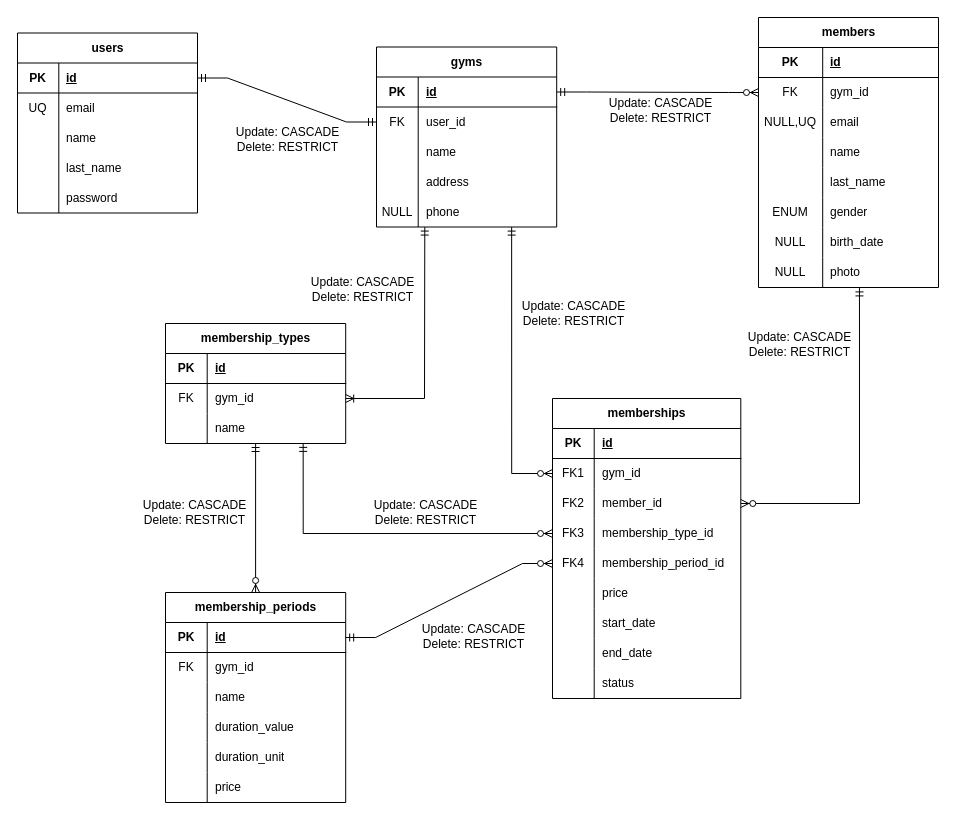
Before: docs/logical-design.drawio in hdz-kevin/TecnoGym, a draw.io diagram. Source tidied: cells renumbered, new cells numbered last; positions are measured from the earlier drawing's top-left corner, leaving out a move shared by most shapes. Both pictures are drawn from the tidied source at 100%, with x=0, y=0 at pixel (17, 17).
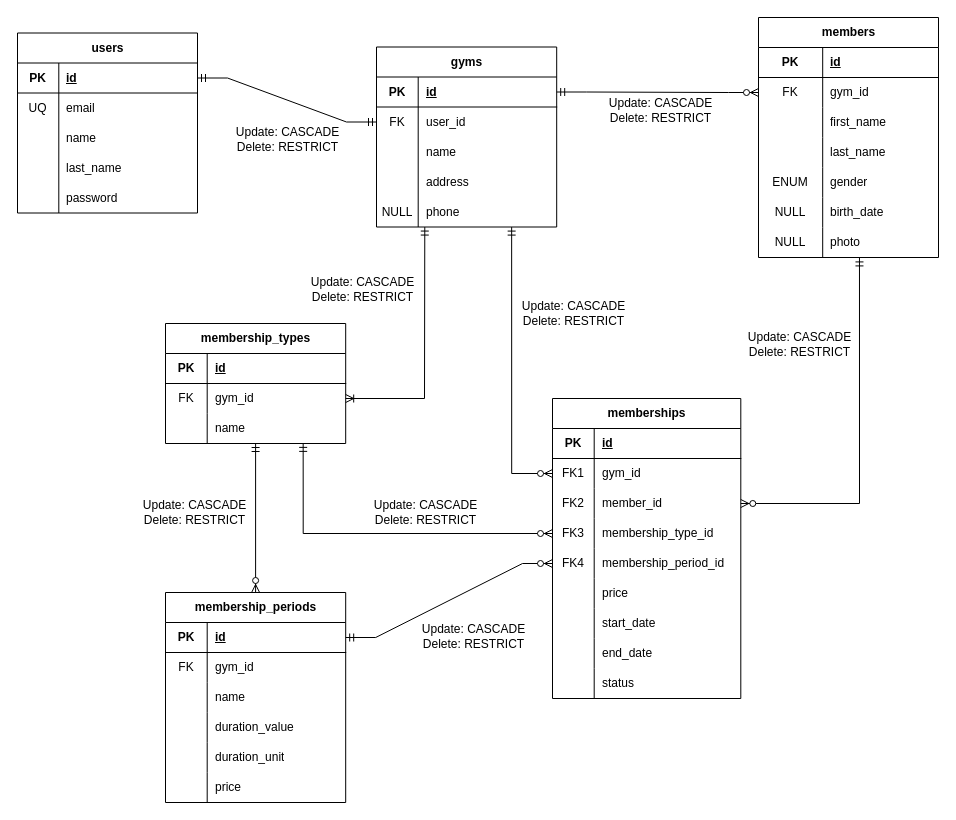
The same page after the edit.

Commit message (it also covers changes not shown here):
name field to first_name

Change to the diagram source:
```diff
@@
     <mxCell id="36" value="members" style="shape=table;startSize=30;childLayout=tableLayout;rowLines=0;fontStyle=1;align=center;html=1;" parent="1" vertex="1">
-      <mxGeometry x="741" width="180" height="270" as="geometry" />
+      <mxGeometry x="741" width="180" height="240" as="geometry" />
     </mxCell>
@@
-    <mxCell id="43" style="shape=tableRow;horizontal=0;startSize=0;swimlaneHead=0;swimlaneBody=0;fillColor=none;top=0;left=0;right=0;bottom=0;" parent="36" vertex="1">
-      <mxGeometry y="90" width="180" height="30" as="geometry" />
-    </mxCell>
-    <mxCell id="44" value="NULL,UQ" style="shape=partialRectangle;fillColor=none;top=0;left=0;bottom=0;right=0;overflow=hidden;whiteSpace=wrap;html=1;" parent="43" vertex="1">
-      <mxGeometry width="64.2" height="30" as="geometry" />
-    </mxCell>
-    <mxCell id="45" value="email" style="shape=partialRectangle;fillColor=none;top=0;left=0;bottom=0;right=0;align=left;spacingLeft=6;overflow=hidden;whiteSpace=wrap;html=1;" parent="43" vertex="1">
-      <mxGeometry x="64.2" width="115.8" height="30" as="geometry" />
-    </mxCell>
     <mxCell id="46" style="shape=tableRow;horizontal=0;startSize=0;swimlaneHead=0;swimlaneBody=0;fillColor=none;top=0;left=0;right=0;bottom=0;" parent="36" vertex="1">
-      <mxGeometry y="120" width="180" height="30" as="geometry" />
+      <mxGeometry y="90" width="180" height="30" as="geometry" />
     </mxCell>
@@
-    <mxCell id="48" value="name" style="shape=partialRectangle;fillColor=none;top=0;left=0;bottom=0;right=0;align=left;spacingLeft=6;overflow=hidden;whiteSpace=wrap;html=1;" parent="46" vertex="1">
+    <mxCell id="48" value="first_name" style="shape=partialRectangle;fillColor=none;top=0;left=0;bottom=0;right=0;align=left;spacingLeft=6;overflow=hidden;whiteSpace=wrap;html=1;" parent="46" vertex="1">
       <mxGeometry x="64.2" width="115.8" height="30" as="geometry" />
     </mxCell>
     <mxCell id="49" style="shape=tableRow;horizontal=0;startSize=0;swimlaneHead=0;swimlaneBody=0;fillColor=none;top=0;left=0;right=0;bottom=0;" parent="36" vertex="1">
-      <mxGeometry y="150" width="180" height="30" as="geometry" />
+      <mxGeometry y="120" width="180" height="30" as="geometry" />
     </mxCell>
@@
     <mxCell id="52" style="shape=tableRow;horizontal=0;startSize=0;swimlaneHead=0;swimlaneBody=0;fillColor=none;top=0;left=0;right=0;bottom=0;" parent="36" vertex="1">
-      <mxGeometry y="180" width="180" height="30" as="geometry" />
+      <mxGeometry y="150" width="180" height="30" as="geometry" />
     </mxCell>
@@
     <mxCell id="55" style="shape=tableRow;horizontal=0;startSize=0;swimlaneHead=0;swimlaneBody=0;fillColor=none;top=0;left=0;right=0;bottom=0;" parent="36" vertex="1">
-      <mxGeometry y="210" width="180" height="30" as="geometry" />
+      <mxGeometry y="180" width="180" height="30" as="geometry" />
     </mxCell>
@@
     <mxCell id="58" style="shape=tableRow;horizontal=0;startSize=0;swimlaneHead=0;swimlaneBody=0;fillColor=none;points=[[0,0.5],[1,0.5]];portConstraint=eastwest;top=0;left=0;right=0;bottom=0;" parent="36" vertex="1">
-      <mxGeometry y="240" width="180" height="30" as="geometry" />
+      <mxGeometry y="210" width="180" height="30" as="geometry" />
     </mxCell>
```
